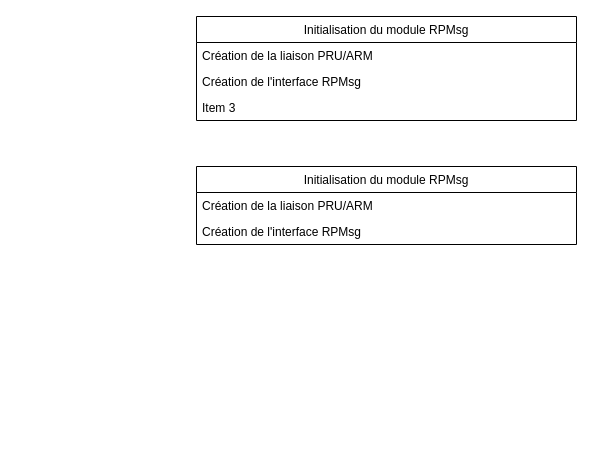
YKhimage1/libnx keeps this draw.io diagram as page "Page-4" (4 of 4) of search/Untitled Diagram.drawio. Above is the earlier version. Source tidied: cells renumbered, new cells numbered last; positions are measured from the earlier drawing's top-left corner, leaving out a move shared by most shapes. Both pictures are drawn from the tidied source at 100%, with x=0, y=0 at pixel (196, 16).
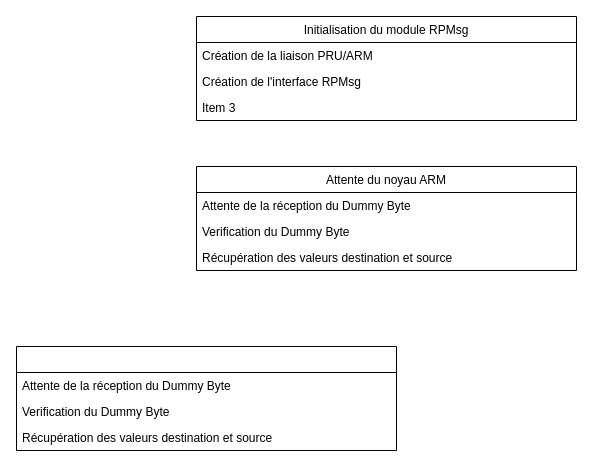
The same diagram, later.

What changed in the source:
```diff
@@
 <mxGraphModel>
   <root>
     <mxCell id="0" />
     <mxCell id="1" parent="0" />
     <mxCell id="2" value="Initialisation du module RPMsg" style="swimlane;fontStyle=0;horizontal=1;startSize=26;verticalAlign=top;" parent="1" vertex="1">
       <mxGeometry width="380" height="104" as="geometry" />
     </mxCell>
     <mxCell id="3" value="Création de la liaison PRU/ARM" style="text;strokeColor=none;fillColor=none;align=left;verticalAlign=top;spacingLeft=4;spacingRight=4;overflow=hidden;" parent="2" vertex="1">
       <mxGeometry y="26" width="380" height="26" as="geometry" />
     </mxCell>
     <mxCell id="4" value="Création de l'interface RPMsg " style="text;strokeColor=none;fillColor=none;align=left;verticalAlign=top;spacingLeft=4;spacingRight=4;overflow=hidden;" parent="2" vertex="1">
       <mxGeometry y="52" width="380" height="26" as="geometry" />
     </mxCell>
     <mxCell id="5" value="Item 3" style="text;strokeColor=none;fillColor=none;align=left;verticalAlign=top;spacingLeft=4;spacingRight=4;overflow=hidden;" parent="2" vertex="1">
       <mxGeometry y="78" width="380" height="26" as="geometry" />
     </mxCell>
-    <mxCell id="6" value="Initialisation du module RPMsg" style="swimlane;fontStyle=0;horizontal=1;startSize=26;verticalAlign=top;" parent="1" vertex="1">
-      <mxGeometry y="150" width="380" height="78" as="geometry" />
+    <mxCell id="6" value="Attente du noyau ARM" style="swimlane;fontStyle=0;horizontal=1;startSize=26;verticalAlign=top;" parent="1" vertex="1">
+      <mxGeometry y="150" width="380" height="104" as="geometry" />
     </mxCell>
-    <mxCell id="7" value="Création de la liaison PRU/ARM" style="text;strokeColor=none;fillColor=none;align=left;verticalAlign=top;spacingLeft=4;spacingRight=4;overflow=hidden;" parent="6" vertex="1">
+    <mxCell id="7" value="Attente de la réception du Dummy Byte" style="text;strokeColor=none;fillColor=none;align=left;verticalAlign=top;spacingLeft=4;spacingRight=4;overflow=hidden;" parent="6" vertex="1">
       <mxGeometry y="26" width="380" height="26" as="geometry" />
     </mxCell>
-    <mxCell id="8" value="Création de l'interface RPMsg " style="text;strokeColor=none;fillColor=none;align=left;verticalAlign=top;spacingLeft=4;spacingRight=4;overflow=hidden;" parent="6" vertex="1">
+    <mxCell id="8" value="Verification du Dummy Byte " style="text;strokeColor=none;fillColor=none;align=left;verticalAlign=top;spacingLeft=4;spacingRight=4;overflow=hidden;" parent="6" vertex="1">
       <mxGeometry y="52" width="380" height="26" as="geometry" />
     </mxCell>
+    <mxCell id="9" value="Récupération des valeurs destination et source" style="text;strokeColor=none;fillColor=none;align=left;verticalAlign=top;spacingLeft=4;spacingRight=4;overflow=hidden;" parent="6" vertex="1">
+      <mxGeometry y="78" width="380" height="26" as="geometry" />
+    </mxCell>
+    <mxCell id="10" style="swimlane;fontStyle=0;horizontal=1;startSize=26;verticalAlign=top;" parent="1" vertex="1">
+      <mxGeometry x="-180" y="330" width="380" height="104" as="geometry" />
+    </mxCell>
+    <mxCell id="11" value="Attente de la réception du Dummy Byte" style="text;strokeColor=none;fillColor=none;align=left;verticalAlign=top;spacingLeft=4;spacingRight=4;overflow=hidden;" parent="10" vertex="1">
+      <mxGeometry y="26" width="380" height="26" as="geometry" />
+    </mxCell>
+    <mxCell id="12" value="Verification du Dummy Byte " style="text;strokeColor=none;fillColor=none;align=left;verticalAlign=top;spacingLeft=4;spacingRight=4;overflow=hidden;" parent="10" vertex="1">
+      <mxGeometry y="52" width="380" height="26" as="geometry" />
+    </mxCell>
+    <mxCell id="13" value="Récupération des valeurs destination et source" style="text;strokeColor=none;fillColor=none;align=left;verticalAlign=top;spacingLeft=4;spacingRight=4;overflow=hidden;" parent="10" vertex="1">
+      <mxGeometry y="78" width="380" height="26" as="geometry" />
+    </mxCell>
   </root>
 </mxGraphModel>
```
